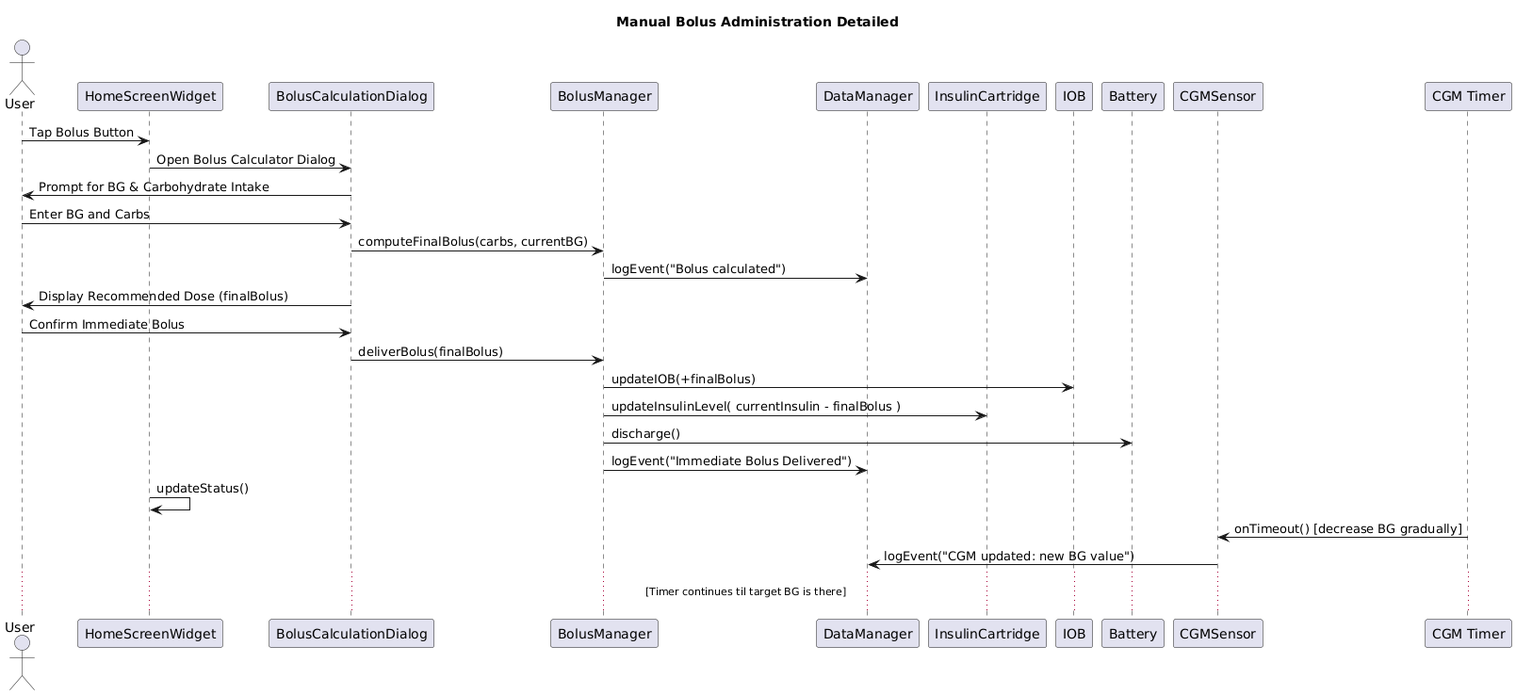
nik3tR/Insulin-Pump-Sim keeps this PlantUML diagram as Sequence Diagrams/ManualBolus.png. Above is the earlier version. The source it was exported from:
```plantuml
@startuml
title Manual Bolus Administration Detailed

actor User
participant "HomeScreenWidget" as HS
participant "BolusCalculationDialog" as BCD
participant "BolusManager" as BM
participant "DataManager" as DM
participant "InsulinCartridge" as IC
participant "IOB" as IOB
participant "Battery" as Bat
participant "CGMSensor" as CGM
participant "CGM Timer" as Timer

User -> HS: Tap Bolus Button
HS -> BCD: Open Bolus Calculator Dialog

BCD -> User: Prompt for BG & Carbohydrate Intake
User -> BCD: Enter BG and Carbs

BCD -> BM: computeFinalBolus(carbs, currentBG)
BM -> DM: logEvent("Bolus calculated")
BCD -> User: Display Recommended Dose (finalBolus)

User -> BCD: Confirm Immediate Bolus
BCD -> BM: deliverBolus(finalBolus)
BM -> IOB: updateIOB(+finalBolus)
BM -> IC: updateInsulinLevel( currentInsulin - finalBolus )
BM -> Bat: discharge()
BM -> DM: logEvent("Immediate Bolus Delivered")
HS -> HS: updateStatus()

Timer -> CGM: onTimeout() [decrease BG gradually]
CGM -> DM: logEvent("CGM updated: new BG value")
... [Timer continues til target BG is there] ...
@enduml
```
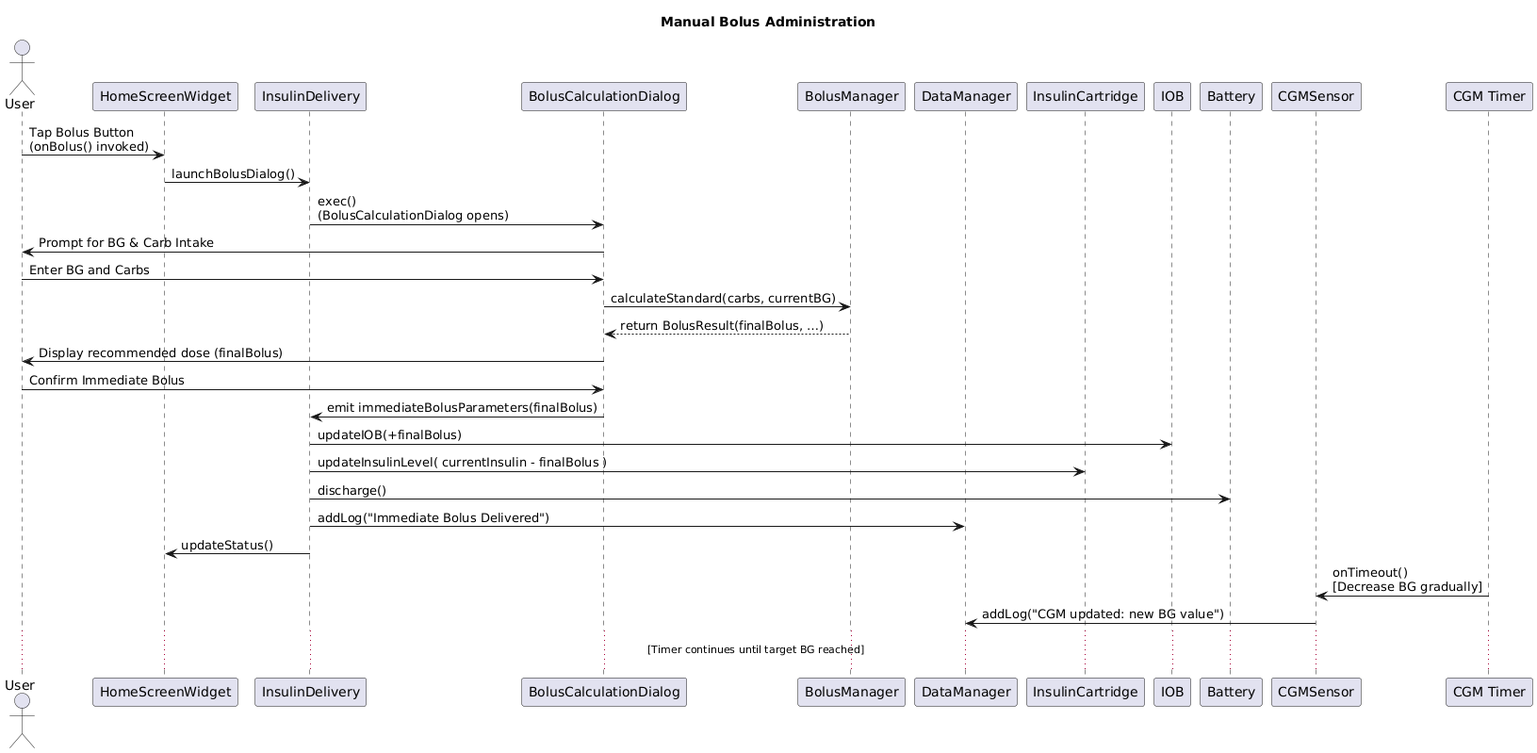
Above is the later version.

Diff of the diagram source:
```diff
@@ -1,8 +1,9 @@
 @startuml
-title Manual Bolus Administration Detailed
+title Manual Bolus Administration
 
 actor User
 participant "HomeScreenWidget" as HS
+participant "InsulinDelivery" as ID
 participant "BolusCalculationDialog" as BCD
 participant "BolusManager" as BM
 participant "DataManager" as DM
@@ -12,25 +13,26 @@
 participant "CGMSensor" as CGM
 participant "CGM Timer" as Timer
 
-User -> HS: Tap Bolus Button
-HS -> BCD: Open Bolus Calculator Dialog
+User -> HS: Tap Bolus Button\n(onBolus() invoked)
+HS -> ID: launchBolusDialog()
+ID -> BCD: exec() \n(BolusCalculationDialog opens)
 
-BCD -> User: Prompt for BG & Carbohydrate Intake
+BCD -> User: Prompt for BG & Carb Intake
 User -> BCD: Enter BG and Carbs
 
-BCD -> BM: computeFinalBolus(carbs, currentBG)
-BM -> DM: logEvent("Bolus calculated")
-BCD -> User: Display Recommended Dose (finalBolus)
+BCD -> BM: calculateStandard(carbs, currentBG)
+BM --> BCD: return BolusResult(finalBolus, …)
+BCD -> User: Display recommended dose (finalBolus)
 
 User -> BCD: Confirm Immediate Bolus
-BCD -> BM: deliverBolus(finalBolus)
-BM -> IOB: updateIOB(+finalBolus)
-BM -> IC: updateInsulinLevel( currentInsulin - finalBolus )
-BM -> Bat: discharge()
-BM -> DM: logEvent("Immediate Bolus Delivered")
-HS -> HS: updateStatus()
+BCD -> ID: emit immediateBolusParameters(finalBolus)
+ID -> IOB: updateIOB(+finalBolus)
+ID -> IC: updateInsulinLevel( currentInsulin - finalBolus )
+ID -> Bat: discharge()
+ID -> DM: addLog("Immediate Bolus Delivered")
+ID -> HS: updateStatus()
 
-Timer -> CGM: onTimeout() [decrease BG gradually]
-CGM -> DM: logEvent("CGM updated: new BG value")
-... [Timer continues til target BG is there] ...
+Timer -> CGM: onTimeout() \n[Decrease BG gradually]
+CGM -> DM: addLog("CGM updated: new BG value")
+... [Timer continues until target BG reached] ...
 @enduml
```
